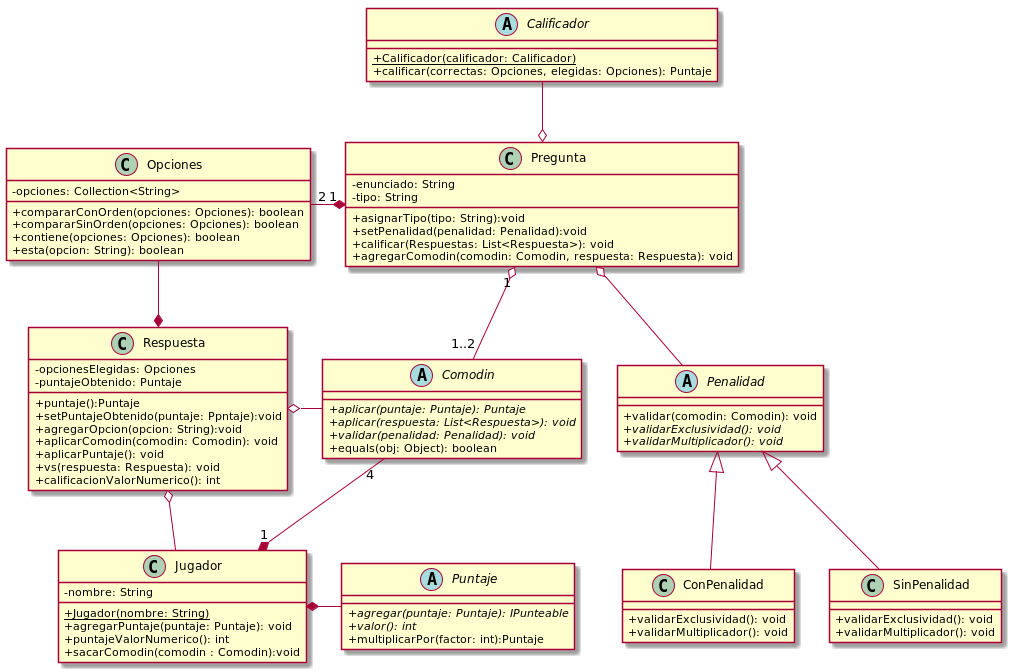
The PlantUML diagram src/main/java/edu/fiuba/algo3/Diagramas/png/DC/Modelo.png in Alex1161/TP2, before a commit.
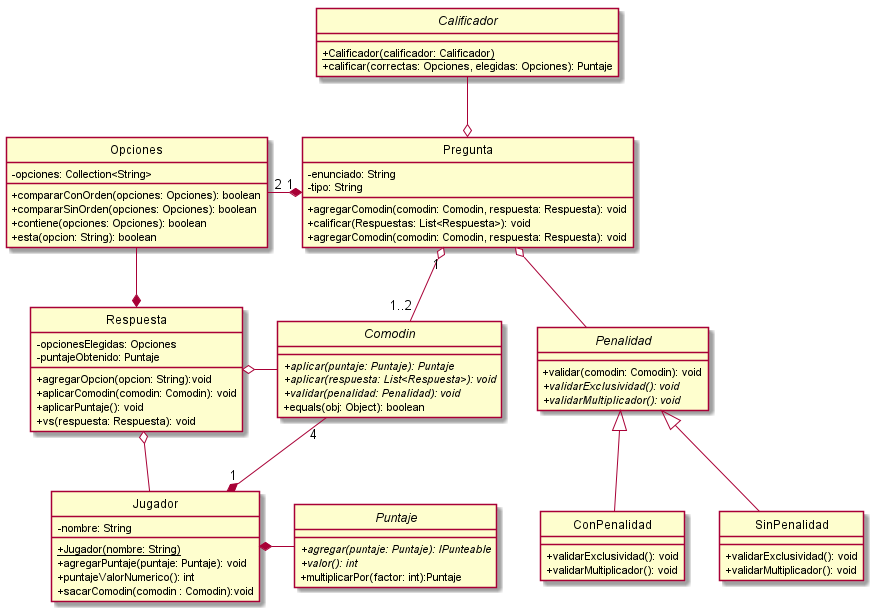
The same diagram one commit later.

What changed in the source:
```diff
@@ -1,4 +1,5 @@
 @startuml
+hide circle
 skinparam classAttributeIconSize 0
 
 Class Opciones{
@@ -8,11 +9,11 @@
     +contiene(opciones: Opciones): boolean
     +esta(opcion: String): boolean
 }
+
 Class Pregunta{
     -enunciado: String
     -tipo: String
-    +asignarTipo(tipo: String):void
-    +setPenalidad(penalidad: Penalidad):void
+    +agregarComodin(comodin: Comodin, respuesta: Respuesta): void
     +calificar(Respuestas: List<Respuesta>): void
     +agregarComodin(comodin: Comodin, respuesta: Respuesta): void
 }
@@ -20,13 +21,10 @@
 Class Respuesta{
     -opcionesElegidas: Opciones
     -puntajeObtenido: Puntaje
-    +puntaje():Puntaje
-    +setPuntajeObtenido(puntaje: Ppntaje):void
     +agregarOpcion(opcion: String):void
     +aplicarComodin(comodin: Comodin): void
     +aplicarPuntaje(): void
     +vs(respuesta: Respuesta): void
-    +calificacionValorNumerico(): int
 }
 
 Class Jugador{
@@ -42,8 +40,6 @@
     +{abstract}valor(): int
     +multiplicarPor(factor: int):Puntaje
 }
-
-
 
 Abstract Class Comodin{
     +{abstract}aplicar(puntaje: Puntaje): Puntaje
```
